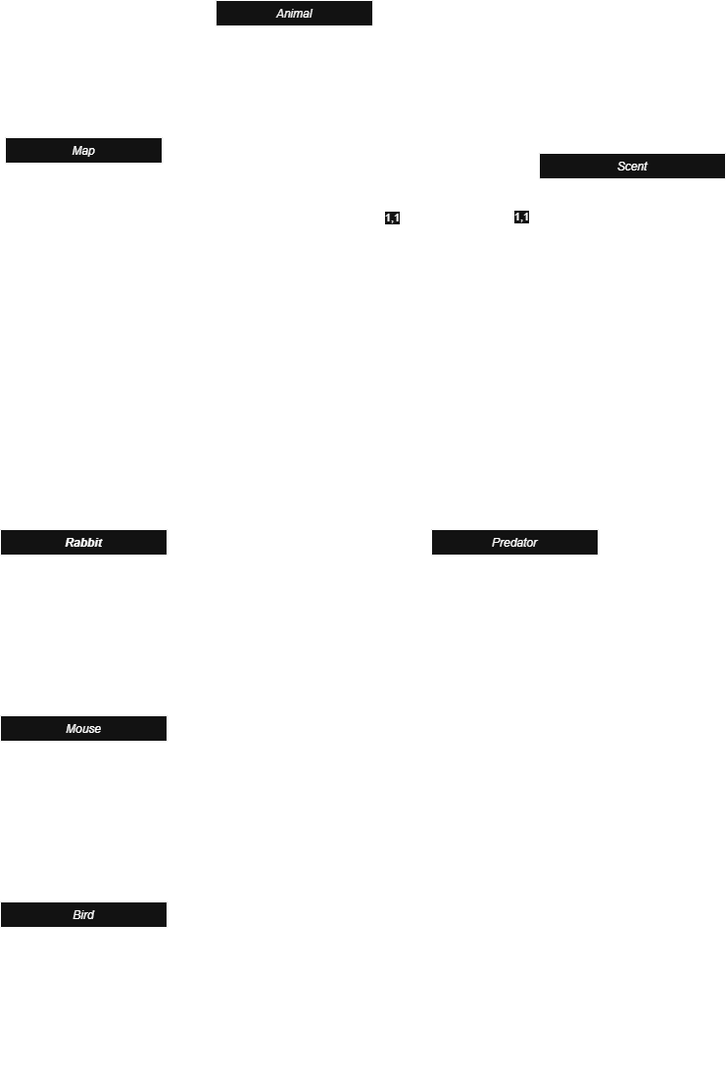
The draw.io diagram documents/Class-Diagram.png in Bryce-Camuso/Simulation-of-Predatory-Evolution, before a commit. Source tidied: cells renumbered, new cells last; positions are measured from the earlier drawing's top-left corner, leaving out a move shared by most shapes.
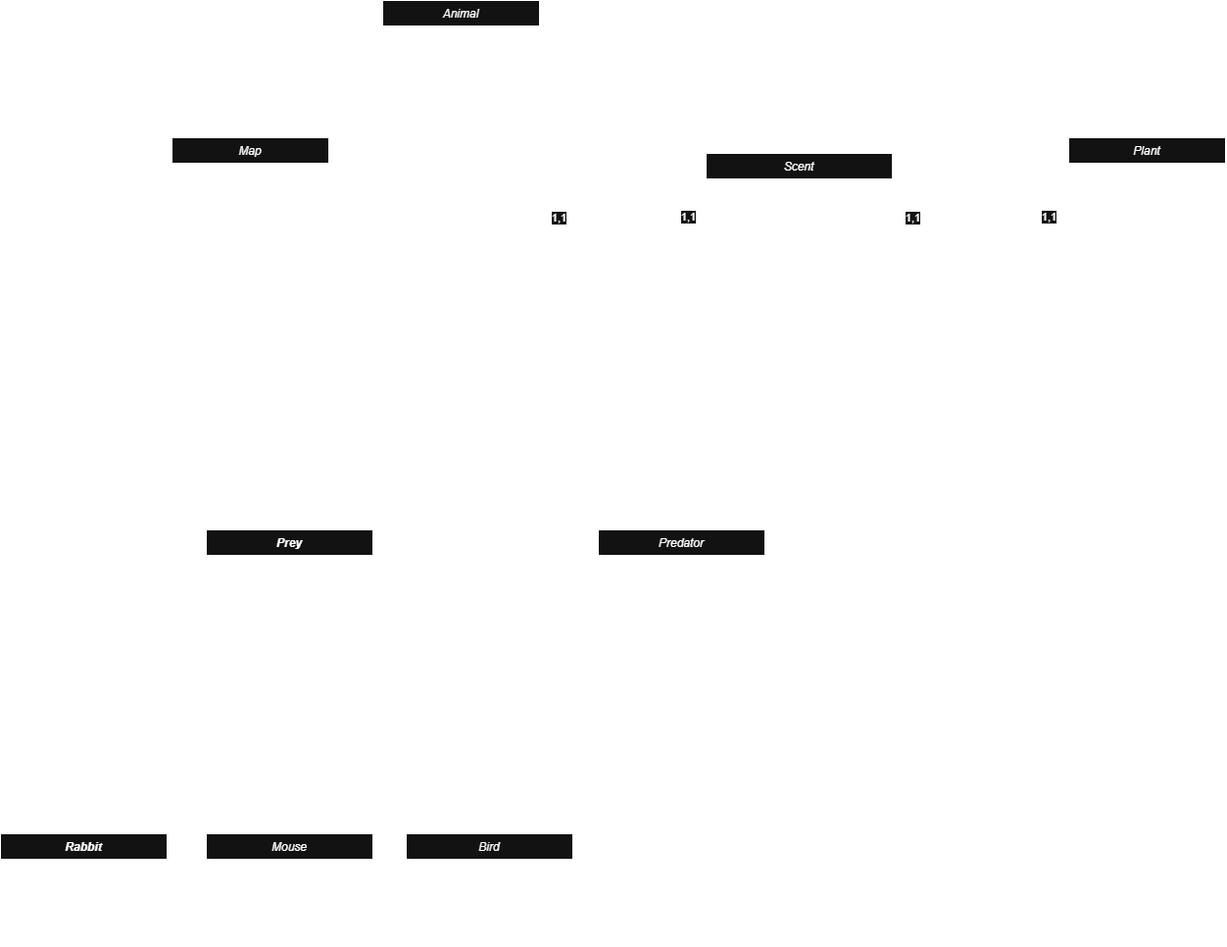
Later version of the same file.

Diff of the diagram source:
```diff
@@ -2,6 +2,15 @@
   <root>
     <mxCell id="0" />
     <mxCell id="1" parent="0" />
+    <mxCell id="75" style="endArrow=classic;html=1;rounded=0;entryX=-0.012;entryY=-0.115;entryDx=0;entryDy=0;entryPerimeter=0;exitX=1;exitY=0.5;exitDx=0;exitDy=0;" parent="1" edge="1" source="61" target="83">
+      <mxGeometry relative="1" as="geometry" />
+    </mxCell>
+    <mxCell id="76" style="edgeStyle=orthogonalEdgeStyle;rounded=0;jettySize=auto;html=1;exitX=0.5;exitY=1;exitDx=0;exitDy=0;entryX=1;entryY=0.5;entryDx=0;entryDy=0;" parent="1" edge="1" source="2" target="97">
+      <mxGeometry relative="1" as="geometry" />
+    </mxCell>
+    <mxCell id="77" style="edgeStyle=orthogonalEdgeStyle;rounded=0;jettySize=auto;html=1;exitX=0.5;exitY=1;exitDx=0;exitDy=0;entryX=0;entryY=0.5;entryDx=0;entryDy=0;" parent="1" edge="1" source="2" target="24">
+      <mxGeometry relative="1" as="geometry" />
+    </mxCell>
     <mxCell id="2" value="Animal" style="swimlane;fontStyle=2;align=center;verticalAlign=top;horizontal=1;startSize=26;rounded=0;shadow=0;strokeWidth=1;" parent="1" vertex="1">
       <mxGeometry x="220" width="160" height="450" as="geometry" />
     </mxCell>
@@ -114,67 +123,34 @@
       <mxGeometry y="164" width="160" height="26" as="geometry" />
     </mxCell>
     <mxCell id="39" value="Rabbit" style="swimlane;fontStyle=3;align=center;verticalAlign=top;horizontal=1;startSize=26;rounded=0;shadow=0;strokeWidth=1;" parent="1" vertex="1">
-      <mxGeometry y="540" width="170" height="164" as="geometry" />
+      <mxGeometry x="-170" y="850" width="170" height="60" as="geometry" />
     </mxCell>
-    <mxCell id="40" value="_burrows" style="text;align=left;verticalAlign=top;spacingLeft=4;spacingRight=4;overflow=hidden;" parent="39" vertex="1">
-      <mxGeometry y="26" width="170" height="26" as="geometry" />
-    </mxCell>
     <mxCell id="41" style="line;html=1;strokeWidth=1;align=left;verticalAlign=middle;spacingTop=-1;spacingLeft=3;spacingRight=3;labelPosition=right;" parent="39" vertex="1">
-      <mxGeometry y="52" width="170" height="8" as="geometry" />
+      <mxGeometry y="26" width="170" height="8" as="geometry" />
     </mxCell>
-    <mxCell id="42" value="searching_weight_calculation" style="text;align=left;verticalAlign=top;spacingLeft=4;spacingRight=4;overflow=hidden;" parent="39" vertex="1">
-      <mxGeometry y="60" width="170" height="26" as="geometry" />
+    <mxCell id="42" value="check_escape" style="text;align=left;verticalAlign=top;spacingLeft=4;spacingRight=4;overflow=hidden;" parent="39" vertex="1">
+      <mxGeometry y="34" width="170" height="26" as="geometry" />
     </mxCell>
-    <mxCell id="43" value="stalking_weight_calculation" style="text;align=left;verticalAlign=top;spacingLeft=4;spacingRight=4;overflow=hidden;points=[[0,0.5],[1,0.5]];portConstraint=eastwest;" parent="39" vertex="1">
-      <mxGeometry y="86" width="170" height="26" as="geometry" />
-    </mxCell>
-    <mxCell id="44" value="persuit_weight_calculation" style="text;align=left;verticalAlign=top;spacingLeft=4;spacingRight=4;overflow=hidden;" parent="39" vertex="1">
-      <mxGeometry y="112" width="170" height="26" as="geometry" />
-    </mxCell>
-    <mxCell id="45" value="strugle_succsess_calculation" style="text;align=left;verticalAlign=top;spacingLeft=4;spacingRight=4;overflow=hidden;" parent="39" vertex="1">
-      <mxGeometry y="138" width="170" height="26" as="geometry" />
-    </mxCell>
     <mxCell id="46" value="Mouse" style="swimlane;fontStyle=2;align=center;verticalAlign=top;horizontal=1;startSize=26;rounded=0;shadow=0;strokeWidth=1;" parent="1" vertex="1">
-      <mxGeometry y="730" width="170" height="138" as="geometry" />
+      <mxGeometry x="40" y="850" width="170" height="26" as="geometry" />
     </mxCell>
-    <mxCell id="47" style="line;html=1;strokeWidth=1;align=left;verticalAlign=middle;spacingTop=-1;spacingLeft=3;spacingRight=3;labelPosition=right;" parent="46" vertex="1">
-      <mxGeometry y="26" width="170" height="8" as="geometry" />
-    </mxCell>
-    <mxCell id="48" value="strugle_succsess_calculation" style="text;align=left;verticalAlign=top;spacingLeft=4;spacingRight=4;overflow=hidden;" parent="46" vertex="1">
-      <mxGeometry y="34" width="170" height="26" as="geometry" />
-    </mxCell>
-    <mxCell id="49" value="persuit_weight_calculation" style="text;align=left;verticalAlign=top;spacingLeft=4;spacingRight=4;overflow=hidden;" parent="46" vertex="1">
-      <mxGeometry y="60" width="170" height="26" as="geometry" />
-    </mxCell>
-    <mxCell id="50" value="stalking_weight_calculation" style="text;align=left;verticalAlign=top;spacingLeft=4;spacingRight=4;overflow=hidden;" parent="46" vertex="1">
-      <mxGeometry y="86" width="170" height="26" as="geometry" />
-    </mxCell>
-    <mxCell id="51" value="searching_weight_calculation" style="text;align=left;verticalAlign=top;spacingLeft=4;spacingRight=4;overflow=hidden;" parent="46" vertex="1">
-      <mxGeometry y="112" width="170" height="26" as="geometry" />
-    </mxCell>
     <mxCell id="52" value="Bird" style="swimlane;fontStyle=2;align=center;verticalAlign=top;horizontal=1;startSize=26;rounded=0;shadow=0;strokeWidth=1;" parent="1" vertex="1">
-      <mxGeometry y="920" width="170" height="170" as="geometry" />
+      <mxGeometry x="244" y="850" width="170" height="112" as="geometry" />
     </mxCell>
-    <mxCell id="53" value="_inFlight" style="text;align=left;verticalAlign=top;spacingLeft=4;spacingRight=4;overflow=hidden;" parent="52" vertex="1">
+    <mxCell id="53" value="_inAir" style="text;align=left;verticalAlign=top;spacingLeft=4;spacingRight=4;overflow=hidden;" parent="52" vertex="1">
       <mxGeometry y="26" width="170" height="26" as="geometry" />
     </mxCell>
     <mxCell id="54" style="line;html=1;strokeWidth=1;align=left;verticalAlign=middle;spacingTop=-1;spacingLeft=3;spacingRight=3;labelPosition=right;" parent="52" vertex="1">
       <mxGeometry y="52" width="170" height="8" as="geometry" />
     </mxCell>
-    <mxCell id="55" value="strugle_succsess_calculation" style="text;align=left;verticalAlign=top;spacingLeft=4;spacingRight=4;overflow=hidden;" parent="52" vertex="1">
+    <mxCell id="55" value="get_in_air" style="text;align=left;verticalAlign=top;spacingLeft=4;spacingRight=4;overflow=hidden;" parent="52" vertex="1">
       <mxGeometry y="60" width="170" height="26" as="geometry" />
     </mxCell>
-    <mxCell id="56" value="persuit_weight_calculation" style="text;align=left;verticalAlign=top;spacingLeft=4;spacingRight=4;overflow=hidden;points=[[0,0.5],[1,0.5]];portConstraint=eastwest;" parent="52" vertex="1">
+    <mxCell id="56" value="set_in_air" style="text;align=left;verticalAlign=top;spacingLeft=4;spacingRight=4;overflow=hidden;points=[[0,0.5],[1,0.5]];portConstraint=eastwest;" parent="52" vertex="1">
       <mxGeometry y="86" width="170" height="26" as="geometry" />
     </mxCell>
-    <mxCell id="57" value="stalking_weight_calculation" style="text;align=left;verticalAlign=top;spacingLeft=4;spacingRight=4;overflow=hidden;" parent="52" vertex="1">
-      <mxGeometry y="112" width="170" height="26" as="geometry" />
-    </mxCell>
-    <mxCell id="58" value="searching_weight_calculation" style="text;align=left;verticalAlign=top;spacingLeft=4;spacingRight=4;overflow=hidden;" parent="52" vertex="1">
-      <mxGeometry y="138" width="170" height="26" as="geometry" />
-    </mxCell>
     <mxCell id="59" value="Scent" style="swimlane;fontStyle=2;align=center;verticalAlign=top;horizontal=1;startSize=26;rounded=0;shadow=0;strokeWidth=1;" parent="1" vertex="1">
-      <mxGeometry x="550" y="156" width="190" height="190" as="geometry" />
+      <mxGeometry x="550" y="156" width="190" height="216" as="geometry" />
     </mxCell>
     <mxCell id="60" value="_coordinateLookup" style="text;align=left;verticalAlign=top;spacingLeft=4;spacingRight=4;overflow=hidden;" parent="59" vertex="1">
       <mxGeometry y="26" width="190" height="26" as="geometry" />
@@ -188,14 +164,17 @@
     <mxCell id="63" value="get_scent_trail" style="text;align=left;verticalAlign=top;spacingLeft=4;spacingRight=4;overflow=hidden;" parent="59" vertex="1">
       <mxGeometry y="86" width="190" height="26" as="geometry" />
     </mxCell>
+    <mxCell id="78" value="get_scent_trail" style="text;align=left;verticalAlign=top;spacingLeft=4;spacingRight=4;overflow=hidden;" parent="59" vertex="1">
+      <mxGeometry y="112" width="190" height="26" as="geometry" />
+    </mxCell>
     <mxCell id="64" value="add_scent_trail" style="text;align=left;verticalAlign=top;spacingLeft=4;spacingRight=4;overflow=hidden;" parent="59" vertex="1">
-      <mxGeometry y="112" width="190" height="26" as="geometry" />
+      <mxGeometry y="138" width="190" height="26" as="geometry" />
     </mxCell>
     <mxCell id="65" value="update_scent_trail" style="text;align=left;verticalAlign=top;spacingLeft=4;spacingRight=4;overflow=hidden;" parent="59" vertex="1">
-      <mxGeometry y="138" width="190" height="26" as="geometry" />
+      <mxGeometry y="164" width="190" height="26" as="geometry" />
     </mxCell>
     <mxCell id="66" value="scent_decay" style="text;align=left;verticalAlign=top;spacingLeft=4;spacingRight=4;overflow=hidden;" parent="59" vertex="1">
-      <mxGeometry y="164" width="190" height="26" as="geometry" />
+      <mxGeometry y="190" width="190" height="26" as="geometry" />
     </mxCell>
     <mxCell id="67" style="edgeStyle=orthogonalEdgeStyle;rounded=0;jettySize=auto;html=1;exitX=1;exitY=0.5;exitDx=0;exitDy=0;entryX=0;entryY=0.5;entryDx=0;entryDy=0;" parent="1" edge="1" source="10" target="61">
       <mxGeometry relative="1" as="geometry" />
@@ -209,35 +188,68 @@
     <mxCell id="70" value="1,1" style="edgeLabel;html=1;align=center;verticalAlign=middle;" parent="68" vertex="1">
       <mxGeometry x="-0.78" y="-1" relative="1" as="geometry" />
     </mxCell>
-    <mxCell id="71" style="endArrow=classic;html=1;rounded=0;exitX=0.425;exitY=1.038;exitDx=0;exitDy=0;exitPerimeter=0;entryX=1;entryY=0.5;entryDx=0;entryDy=0;" parent="1" edge="1" source="19" target="43">
-      <mxGeometry relative="1" as="geometry">
-        <Array as="points">
-          <mxPoint x="290" y="639" />
-        </Array>
-      </mxGeometry>
-    </mxCell>
-    <mxCell id="72" style="endArrow=classic;html=1;rounded=0;exitX=0.425;exitY=1;exitDx=0;exitDy=0;exitPerimeter=0;entryX=1;entryY=0.5;entryDx=0;entryDy=0;" parent="1" edge="1" source="19">
-      <mxGeometry relative="1" as="geometry">
-        <mxPoint x="170" y="810" as="targetPoint" />
-        <Array as="points">
-          <mxPoint x="290" y="810" />
-        </Array>
-      </mxGeometry>
-    </mxCell>
-    <mxCell id="73" style="endArrow=classic;html=1;rounded=0;exitX=0.431;exitY=0.962;exitDx=0;exitDy=0;exitPerimeter=0;entryX=1;entryY=0.5;entryDx=0;entryDy=0;" parent="1" edge="1" source="19" target="56">
-      <mxGeometry relative="1" as="geometry">
-        <Array as="points">
-          <mxPoint x="289" y="1019" />
-        </Array>
-      </mxGeometry>
-    </mxCell>
-    <mxCell id="74" style="endArrow=classic;html=1;rounded=0;entryX=0;entryY=0.5;entryDx=0;entryDy=0;" parent="1" edge="1" target="24">
-      <mxGeometry relative="1" as="geometry">
-        <mxPoint x="290" y="450" as="sourcePoint" />
-        <Array as="points">
-          <mxPoint x="290" y="640" />
-        </Array>
-      </mxGeometry>
-    </mxCell>
+    <mxCell id="79" value="Plant" style="swimlane;fontStyle=2;align=center;verticalAlign=top;horizontal=1;startSize=26;rounded=0;shadow=0;strokeWidth=1;" parent="1" vertex="1">
+      <mxGeometry x="920" y="140" width="160" height="201" as="geometry" />
+    </mxCell>
+    <mxCell id="80" value="_position" style="text;align=left;verticalAlign=top;spacingLeft=4;spacingRight=4;overflow=hidden;rounded=0;shadow=0;html=0;" parent="79" vertex="1">
+      <mxGeometry y="26" width="160" height="26" as="geometry" />
+    </mxCell>
+    <mxCell id="81" value="_scent" style="text;align=left;verticalAlign=top;spacingLeft=4;spacingRight=4;overflow=hidden;rounded=0;shadow=0;html=0;" parent="79" vertex="1">
+      <mxGeometry y="52" width="160" height="26" as="geometry" />
+    </mxCell>
+    <mxCell id="82" style="line;html=1;strokeWidth=1;align=left;verticalAlign=middle;spacingTop=-1;spacingLeft=3;spacingRight=3;labelPosition=right;" parent="79" vertex="1">
+      <mxGeometry y="78" width="160" height="8" as="geometry" />
+    </mxCell>
+    <mxCell id="83" value="get_position" style="text;align=left;verticalAlign=top;spacingLeft=4;spacingRight=4;overflow=hidden;points=[[0,0.5],[1,0.5]];portConstraint=eastwest;" parent="79" vertex="1">
+      <mxGeometry y="86" width="160" height="26" as="geometry" />
+    </mxCell>
+    <mxCell id="84" value="get_scent" style="text;align=left;verticalAlign=top;spacingLeft=4;spacingRight=4;overflow=hidden;" parent="79" vertex="1">
+      <mxGeometry y="112" width="160" height="26" as="geometry" />
+    </mxCell>
+    <mxCell id="85" value="set_position" style="text;align=left;verticalAlign=top;spacingLeft=4;spacingRight=4;overflow=hidden;" parent="79" vertex="1">
+      <mxGeometry y="138" width="160" height="26" as="geometry" />
+    </mxCell>
+    <mxCell id="86" value="update_scent_trail" style="text;align=left;verticalAlign=top;spacingLeft=4;spacingRight=4;overflow=hidden;" parent="79" vertex="1">
+      <mxGeometry y="164" width="160" height="26" as="geometry" />
+    </mxCell>
+    <mxCell id="87" style="edgeStyle=orthogonalEdgeStyle;rounded=0;jettySize=auto;html=1;entryX=1;entryY=0.5;entryDx=0;entryDy=0;exitX=0;exitY=-0.154;exitDx=0;exitDy=0;exitPerimeter=0;" parent="1" edge="1" source="83" target="61">
+      <mxGeometry relative="1" as="geometry" />
+    </mxCell>
+    <mxCell id="88" value="1,1" style="edgeLabel;html=1;align=center;verticalAlign=middle;" parent="87" vertex="1">
+      <mxGeometry x="0.78" relative="1" as="geometry" />
+    </mxCell>
+    <mxCell id="89" value="1,1" style="edgeLabel;html=1;align=center;verticalAlign=middle;" parent="87" vertex="1">
+      <mxGeometry x="-0.78" y="-1" relative="1" as="geometry" />
+    </mxCell>
+    <mxCell id="90" style="edgeStyle=orthogonalEdgeStyle;rounded=0;jettySize=auto;html=1;exitX=0.5;exitY=1;exitDx=0;exitDy=0;entryX=0.5;entryY=0;entryDx=0;entryDy=0;" parent="1" edge="1" source="93" target="46">
+      <mxGeometry relative="1" as="geometry" />
+    </mxCell>
+    <mxCell id="91" style="edgeStyle=orthogonalEdgeStyle;rounded=0;jettySize=auto;html=1;exitX=0.5;exitY=1;exitDx=0;exitDy=0;entryX=0.5;entryY=0;entryDx=0;entryDy=0;" parent="1" edge="1" source="93" target="52">
+      <mxGeometry relative="1" as="geometry" />
+    </mxCell>
+    <mxCell id="92" style="edgeStyle=orthogonalEdgeStyle;rounded=0;jettySize=auto;html=1;exitX=0.5;exitY=1;exitDx=0;exitDy=0;entryX=0.5;entryY=0;entryDx=0;entryDy=0;" parent="1" edge="1" source="93" target="39">
+      <mxGeometry relative="1" as="geometry" />
+    </mxCell>
+    <mxCell id="93" value="Prey" style="swimlane;fontStyle=3;align=center;verticalAlign=top;horizontal=1;startSize=26;rounded=0;shadow=0;strokeWidth=1;" parent="1" vertex="1">
+      <mxGeometry x="40" y="540" width="170" height="164" as="geometry" />
+    </mxCell>
+    <mxCell id="94" value="_escaped" style="text;align=left;verticalAlign=top;spacingLeft=4;spacingRight=4;overflow=hidden;" parent="93" vertex="1">
+      <mxGeometry y="26" width="170" height="26" as="geometry" />
+    </mxCell>
+    <mxCell id="95" style="line;html=1;strokeWidth=1;align=left;verticalAlign=middle;spacingTop=-1;spacingLeft=3;spacingRight=3;labelPosition=right;" parent="93" vertex="1">
+      <mxGeometry y="52" width="170" height="8" as="geometry" />
+    </mxCell>
+    <mxCell id="96" value="get_escaped" style="text;align=left;verticalAlign=top;spacingLeft=4;spacingRight=4;overflow=hidden;" parent="93" vertex="1">
+      <mxGeometry y="60" width="170" height="26" as="geometry" />
+    </mxCell>
+    <mxCell id="97" value="set_escaped" style="text;align=left;verticalAlign=top;spacingLeft=4;spacingRight=4;overflow=hidden;points=[[0,0.5],[1,0.5]];portConstraint=eastwest;" parent="93" vertex="1">
+      <mxGeometry y="86" width="170" height="26" as="geometry" />
+    </mxCell>
+    <mxCell id="98" value="get_move_list" style="text;align=left;verticalAlign=top;spacingLeft=4;spacingRight=4;overflow=hidden;" parent="93" vertex="1">
+      <mxGeometry y="112" width="170" height="26" as="geometry" />
+    </mxCell>
+    <mxCell id="99" value="strugle" style="text;align=left;verticalAlign=top;spacingLeft=4;spacingRight=4;overflow=hidden;" parent="93" vertex="1">
+      <mxGeometry y="138" width="170" height="26" as="geometry" />
+    </mxCell>
   </root>
 </mxGraphModel>
```
